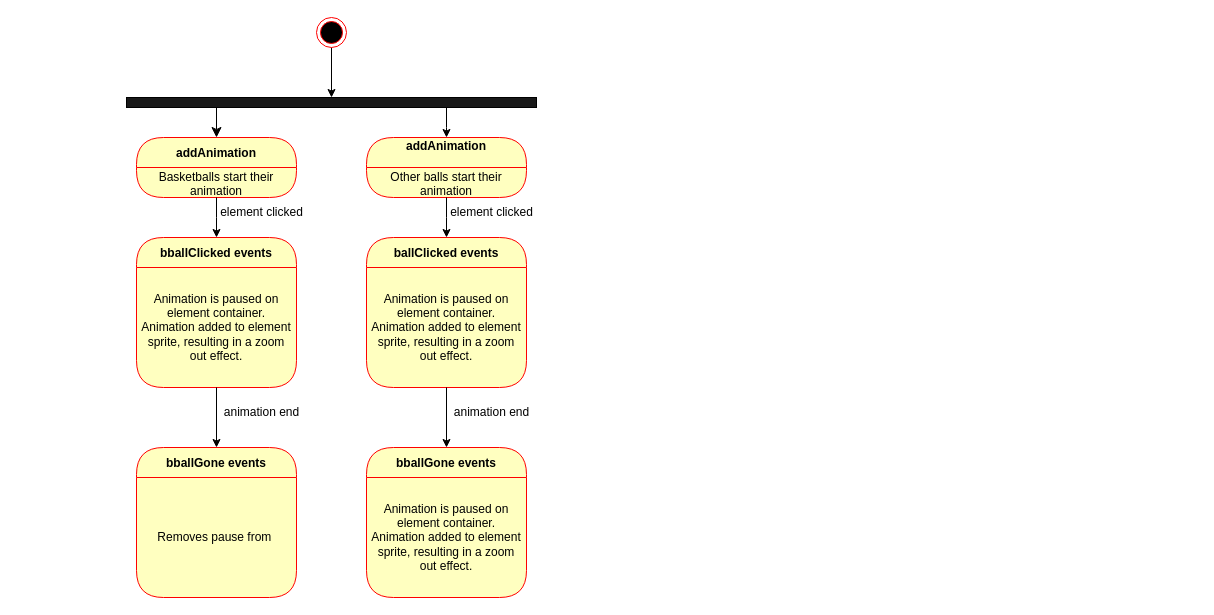
The draw.io diagram Diagram/StateMachine/StateMachine-Elements.drawio in TheDanishMexican/basketball-clicker-spil, before the edit. Source tidied: cells renumbered, new cells numbered last; positions are measured from the earlier drawing's top-left corner, leaving out a move shared by most shapes. Both pictures are drawn from the tidied source at 100%, with x=0, y=0 at pixel (126, 17).
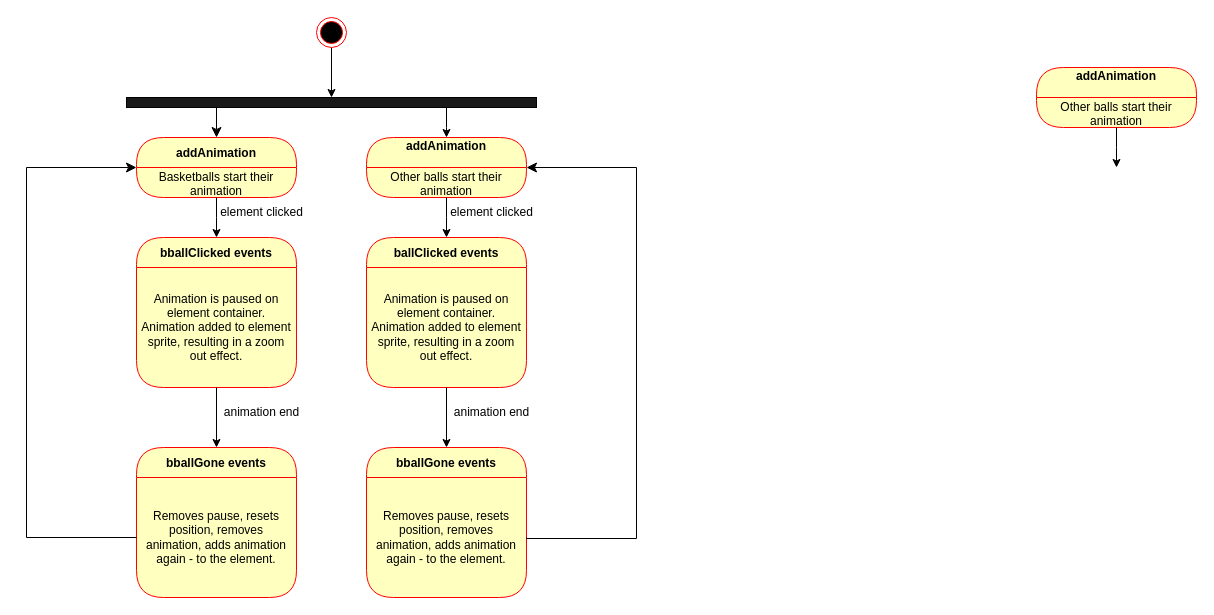
Above is the later version.

The change refers to these unchanged cells:
```xml
<mxCell id="6" value="Basketballs start their animation&lt;br&gt;" style="text;html=1;strokeColor=none;fillColor=none;align=center;verticalAlign=middle;spacingLeft=4;spacingRight=4;whiteSpace=wrap;overflow=hidden;fontColor=#000000;" parent="4" vertex="1">
  <mxGeometry y="30" width="160" height="30" as="geometry" />
</mxCell>
<mxCell id="11" value="Other balls start their animation&lt;br&gt;" style="text;html=1;strokeColor=none;fillColor=none;align=center;verticalAlign=middle;spacingLeft=4;spacingRight=4;whiteSpace=wrap;overflow=hidden;fontColor=#000000;" parent="9" vertex="1">
  <mxGeometry y="30" width="160" height="30" as="geometry" />
</mxCell>
<mxCell id="19" value="bballGone events" style="swimlane;fontStyle=1;align=center;verticalAlign=middle;horizontal=1;startSize=30;fontColor=#000000;rounded=1;arcSize=30;strokeColor=#ff0000;fillColor=#ffffc0;swimlaneFillColor=#ffffc0;" parent="1" vertex="1">
  <mxGeometry x="10" y="430" width="160" height="150" as="geometry" />
</mxCell>
<mxCell id="21" value="bballGone events" style="swimlane;fontStyle=1;align=center;verticalAlign=middle;horizontal=1;startSize=30;fontColor=#000000;rounded=1;arcSize=30;strokeColor=#ff0000;fillColor=#ffffc0;swimlaneFillColor=#ffffc0;" parent="1" vertex="1">
  <mxGeometry x="240" y="430" width="160" height="150" as="geometry" />
</mxCell>
```

Change to the diagram source:
```diff
@@
-    <mxCell id="20" value="Removes pause from&amp;nbsp;" style="text;html=1;strokeColor=none;fillColor=none;align=center;verticalAlign=middle;spacingLeft=4;spacingRight=4;whiteSpace=wrap;overflow=hidden;fontColor=#000000;" parent="19" vertex="1">
+    <mxCell id="20" value="Removes pause, resets position, removes animation, adds animation again - to the element." style="text;html=1;strokeColor=none;fillColor=none;align=center;verticalAlign=middle;spacingLeft=4;spacingRight=4;whiteSpace=wrap;overflow=hidden;fontColor=#000000;" parent="19" vertex="1">
       <mxGeometry y="30" width="160" height="120" as="geometry" />
     </mxCell>
@@
-    <mxCell id="22" value="Animation is paused on element container.&lt;br&gt;Animation added to element sprite, resulting in a zoom out effect." style="text;html=1;strokeColor=none;fillColor=none;align=center;verticalAlign=middle;spacingLeft=4;spacingRight=4;whiteSpace=wrap;overflow=hidden;fontColor=#000000;" parent="21" vertex="1">
+    <mxCell id="22" value="Removes pause, resets position, removes animation, adds animation again - to the element." style="text;html=1;strokeColor=none;fillColor=none;align=center;verticalAlign=middle;spacingLeft=4;spacingRight=4;whiteSpace=wrap;overflow=hidden;fontColor=#000000;" parent="21" vertex="1">
       <mxGeometry y="30" width="160" height="120" as="geometry" />
     </mxCell>
@@
+    <mxCell id="27" style="edgeStyle=segmentEdgeStyle;endArrow=classic;html=1;curved=0;rounded=0;endSize=8;startSize=8;exitX=1;exitY=0.5;exitDx=0;exitDy=0;entryX=1;entryY=0;entryDx=0;entryDy=0;" parent="1" edge="1" source="22" target="11">
+      <mxGeometry relative="1" as="geometry">
+        <Array as="points">
+          <mxPoint x="510" y="521" />
+          <mxPoint x="510" y="150" />
+        </Array>
+      </mxGeometry>
+    </mxCell>
+    <mxCell id="28" style="edgeStyle=segmentEdgeStyle;endArrow=classic;html=1;curved=0;rounded=0;endSize=8;startSize=8;exitX=0;exitY=0.5;exitDx=0;exitDy=0;entryX=0;entryY=0;entryDx=0;entryDy=0;" parent="1" edge="1" source="20" target="6">
+      <mxGeometry relative="1" as="geometry">
+        <Array as="points">
+          <mxPoint x="-100" y="520" />
+          <mxPoint x="-100" y="150" />
+        </Array>
+      </mxGeometry>
+    </mxCell>
+    <mxCell id="29" value="addAnimation&#10;" style="swimlane;fontStyle=1;align=center;verticalAlign=middle;horizontal=1;startSize=30;fontColor=#000000;rounded=1;arcSize=30;strokeColor=#ff0000;fillColor=#ffffc0;swimlaneFillColor=#ffffc0;" parent="1" vertex="1">
+      <mxGeometry x="910" y="50" width="160" height="60" as="geometry" />
+    </mxCell>
+    <mxCell id="30" style="edgeStyle=orthogonalEdgeStyle;rounded=0;jettySize=auto;html=1;exitX=0.5;exitY=1;exitDx=0;exitDy=0;fillColor=#000000;" parent="29" edge="1" source="31">
+      <mxGeometry relative="1" as="geometry">
+        <mxPoint x="80" y="100" as="targetPoint" />
+      </mxGeometry>
+    </mxCell>
+    <mxCell id="31" value="Other balls start their animation&lt;br&gt;" style="text;html=1;strokeColor=none;fillColor=none;align=center;verticalAlign=middle;spacingLeft=4;spacingRight=4;whiteSpace=wrap;overflow=hidden;fontColor=#000000;" parent="29" vertex="1">
+      <mxGeometry y="30" width="160" height="30" as="geometry" />
+    </mxCell>
```
